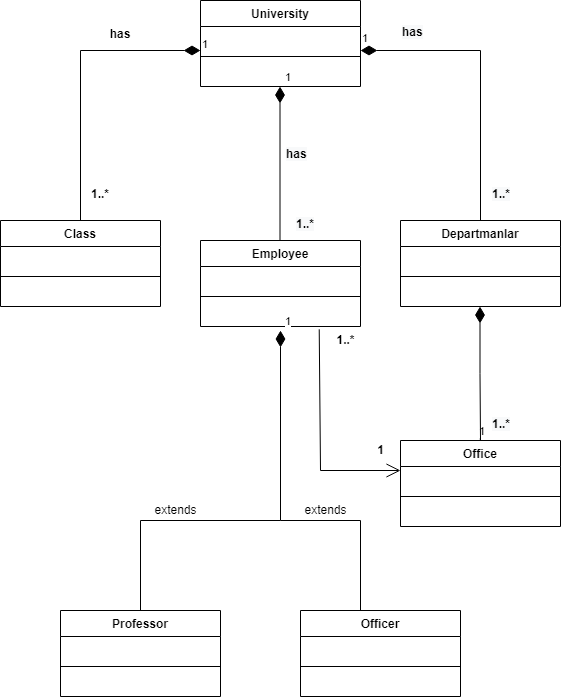
Earlier version of the draw.io export Ödev - Üniversite Yönetim Sistemi.drawio.png (Suleyalim/PatikaDevOOP). Source tidied: cells renumbered, new cells last; positions are measured from the earlier drawing's top-left corner, leaving out a move shared by most shapes. Its diagram source:
```xml
<mxGraphModel>
  <root>
    <mxCell id="0" />
    <mxCell id="1" parent="0" />
    <mxCell id="2" value="University" style="swimlane;fontStyle=1;align=center;verticalAlign=top;horizontal=1;startSize=26;" parent="1" vertex="1">
      <mxGeometry x="200" width="160" height="86" as="geometry" />
    </mxCell>
    <mxCell id="3" value=" " style="text;strokeColor=none;fillColor=none;align=left;verticalAlign=top;spacingLeft=4;spacingRight=4;overflow=hidden;" parent="2" vertex="1">
      <mxGeometry y="26" width="160" height="26" as="geometry" />
    </mxCell>
    <mxCell id="4" style="line;strokeWidth=1;fillColor=none;align=left;verticalAlign=middle;spacingTop=-1;spacingLeft=3;spacingRight=3;labelPosition=right;" parent="2" vertex="1">
      <mxGeometry y="52" width="160" height="8" as="geometry" />
    </mxCell>
    <mxCell id="5" value=" " style="text;strokeColor=none;fillColor=none;align=left;verticalAlign=top;spacingLeft=4;spacingRight=4;overflow=hidden;" parent="2" vertex="1">
      <mxGeometry y="60" width="160" height="26" as="geometry" />
    </mxCell>
    <mxCell id="6" value="1" style="endArrow=open;html=1;endSize=12;startArrow=diamondThin;startSize=14;startFill=1;edgeStyle=orthogonalEdgeStyle;align=left;verticalAlign=bottom;rounded=0;" parent="1" edge="1">
      <mxGeometry x="-1" y="3" relative="1" as="geometry">
        <mxPoint x="360" y="50" as="sourcePoint" />
        <mxPoint x="480" y="240" as="targetPoint" />
      </mxGeometry>
    </mxCell>
    <mxCell id="7" value="1" style="endArrow=open;html=1;endSize=12;startArrow=diamondThin;startSize=14;startFill=1;edgeStyle=orthogonalEdgeStyle;align=left;verticalAlign=bottom;rounded=0;" parent="1" edge="1">
      <mxGeometry x="-1" y="3" relative="1" as="geometry">
        <mxPoint x="200" y="50" as="sourcePoint" />
        <mxPoint x="80" y="240" as="targetPoint" />
      </mxGeometry>
    </mxCell>
    <mxCell id="8" value="1" style="endArrow=open;html=1;endSize=12;startArrow=diamondThin;startSize=14;startFill=1;edgeStyle=orthogonalEdgeStyle;align=left;verticalAlign=bottom;rounded=0;" parent="1" edge="1">
      <mxGeometry x="-1" y="3" relative="1" as="geometry">
        <mxPoint x="279.5" y="86" as="sourcePoint" />
        <mxPoint x="279.5" y="256" as="targetPoint" />
      </mxGeometry>
    </mxCell>
    <mxCell id="9" value="Employee" style="swimlane;fontStyle=1;align=center;verticalAlign=top;horizontal=1;startSize=26;" parent="1" vertex="1">
      <mxGeometry x="200" y="240" width="160" height="86" as="geometry" />
    </mxCell>
    <mxCell id="10" value=" " style="text;strokeColor=none;fillColor=none;align=left;verticalAlign=top;spacingLeft=4;spacingRight=4;overflow=hidden;" parent="9" vertex="1">
      <mxGeometry y="26" width="160" height="26" as="geometry" />
    </mxCell>
    <mxCell id="11" style="line;strokeWidth=1;fillColor=none;align=left;verticalAlign=middle;spacingTop=-1;spacingLeft=3;spacingRight=3;labelPosition=right;" parent="9" vertex="1">
      <mxGeometry y="52" width="160" height="8" as="geometry" />
    </mxCell>
    <mxCell id="12" value=" " style="text;strokeColor=none;fillColor=none;align=left;verticalAlign=top;spacingLeft=4;spacingRight=4;overflow=hidden;points=[[0,0.5],[1,0.5]];portConstraint=eastwest;" parent="9" vertex="1">
      <mxGeometry y="60" width="160" height="26" as="geometry" />
    </mxCell>
    <mxCell id="13" value="Class" style="swimlane;fontStyle=1;align=center;verticalAlign=top;horizontal=1;startSize=26;" parent="1" vertex="1">
      <mxGeometry y="220" width="160" height="86" as="geometry" />
    </mxCell>
    <mxCell id="14" value=" " style="text;strokeColor=none;fillColor=none;align=left;verticalAlign=top;spacingLeft=4;spacingRight=4;overflow=hidden;" parent="13" vertex="1">
      <mxGeometry y="26" width="160" height="26" as="geometry" />
    </mxCell>
    <mxCell id="15" style="line;strokeWidth=1;fillColor=none;align=left;verticalAlign=middle;spacingTop=-1;spacingLeft=3;spacingRight=3;labelPosition=right;" parent="13" vertex="1">
      <mxGeometry y="52" width="160" height="8" as="geometry" />
    </mxCell>
    <mxCell id="16" value=" " style="text;strokeColor=none;fillColor=none;align=left;verticalAlign=top;spacingLeft=4;spacingRight=4;overflow=hidden;" parent="13" vertex="1">
      <mxGeometry y="60" width="160" height="26" as="geometry" />
    </mxCell>
    <mxCell id="17" value="Departmanlar" style="swimlane;fontStyle=1;align=center;verticalAlign=top;horizontal=1;startSize=26;" parent="1" vertex="1">
      <mxGeometry x="400" y="220" width="160" height="86" as="geometry" />
    </mxCell>
    <mxCell id="18" value=" " style="text;strokeColor=none;fillColor=none;align=left;verticalAlign=top;spacingLeft=4;spacingRight=4;overflow=hidden;" parent="17" vertex="1">
      <mxGeometry y="26" width="160" height="26" as="geometry" />
    </mxCell>
    <mxCell id="19" style="line;strokeWidth=1;fillColor=none;align=left;verticalAlign=middle;spacingTop=-1;spacingLeft=3;spacingRight=3;labelPosition=right;" parent="17" vertex="1">
      <mxGeometry y="52" width="160" height="8" as="geometry" />
    </mxCell>
    <mxCell id="20" value=" " style="text;strokeColor=none;fillColor=none;align=left;verticalAlign=top;spacingLeft=4;spacingRight=4;overflow=hidden;" parent="17" vertex="1">
      <mxGeometry y="60" width="160" height="26" as="geometry" />
    </mxCell>
    <mxCell id="21" value="1..*" style="text;align=center;fontStyle=1;verticalAlign=middle;spacingLeft=3;spacingRight=3;strokeColor=none;" parent="1" vertex="1">
      <mxGeometry x="60" y="180" width="80" height="26" as="geometry" />
    </mxCell>
    <mxCell id="22" value="&lt;span style=&quot;color: rgb(0, 0, 0); font-family: helvetica; font-size: 12px; font-style: normal; font-weight: 700; letter-spacing: normal; text-align: center; text-indent: 0px; text-transform: none; word-spacing: 0px; background-color: rgb(248, 249, 250); display: inline; float: none;&quot;&gt;1..*&lt;/span&gt;" style="text;whiteSpace=wrap;html=1;" parent="1" vertex="1">
      <mxGeometry x="490" y="180" width="40" height="30" as="geometry" />
    </mxCell>
    <mxCell id="23" value="&lt;span style=&quot;color: rgb(0, 0, 0); font-family: helvetica; font-size: 12px; font-style: normal; font-weight: 700; letter-spacing: normal; text-align: center; text-indent: 0px; text-transform: none; word-spacing: 0px; background-color: rgb(248, 249, 250); display: inline; float: none;&quot;&gt;1..*&lt;/span&gt;" style="text;whiteSpace=wrap;html=1;" parent="1" vertex="1">
      <mxGeometry x="294" y="210" width="40" height="30" as="geometry" />
    </mxCell>
    <mxCell id="24" value="1" style="endArrow=open;html=1;endSize=12;startArrow=none;startSize=14;startFill=1;edgeStyle=orthogonalEdgeStyle;align=left;verticalAlign=bottom;rounded=0;" parent="1" edge="1" source="35">
      <mxGeometry x="-1" y="3" relative="1" as="geometry">
        <mxPoint x="479.5" y="456" as="targetPoint" />
      </mxGeometry>
    </mxCell>
    <mxCell id="25" value="&lt;span style=&quot;color: rgb(0, 0, 0); font-family: helvetica; font-size: 12px; font-style: normal; font-weight: 700; letter-spacing: normal; text-align: center; text-indent: 0px; text-transform: none; word-spacing: 0px; background-color: rgb(248, 249, 250); display: inline; float: none;&quot;&gt;1..*&lt;/span&gt;" style="text;whiteSpace=wrap;html=1;" parent="1" vertex="1">
      <mxGeometry x="490" y="410" width="40" height="30" as="geometry" />
    </mxCell>
    <mxCell id="26" value="has" style="text;align=center;fontStyle=1;verticalAlign=middle;spacingLeft=3;spacingRight=3;strokeColor=none;" parent="1" vertex="1">
      <mxGeometry x="80" y="20" width="80" height="26" as="geometry" />
    </mxCell>
    <mxCell id="27" value="&lt;span style=&quot;color: rgb(0, 0, 0); font-family: helvetica; font-size: 12px; font-style: normal; font-weight: 700; letter-spacing: normal; text-align: center; text-indent: 0px; text-transform: none; word-spacing: 0px; background-color: rgb(248, 249, 250); display: inline; float: none;&quot;&gt;has&lt;/span&gt;" style="text;whiteSpace=wrap;html=1;" parent="1" vertex="1">
      <mxGeometry x="400" y="18" width="50" height="30" as="geometry" />
    </mxCell>
    <mxCell id="28" value="&lt;span style=&quot;color: rgb(0, 0, 0); font-family: helvetica; font-size: 12px; font-style: normal; font-weight: 700; letter-spacing: normal; text-align: center; text-indent: 0px; text-transform: none; word-spacing: 0px; background-color: rgb(248, 249, 250); display: inline; float: none;&quot;&gt;has&lt;/span&gt;" style="text;whiteSpace=wrap;html=1;" parent="1" vertex="1">
      <mxGeometry x="284" y="140" width="50" height="30" as="geometry" />
    </mxCell>
    <mxCell id="29" value="1" style="endArrow=open;html=1;endSize=12;startArrow=diamondThin;startSize=14;startFill=1;edgeStyle=orthogonalEdgeStyle;align=left;verticalAlign=bottom;rounded=0;" parent="1" edge="1">
      <mxGeometry x="-1" y="3" relative="1" as="geometry">
        <mxPoint x="280" y="330" as="sourcePoint" />
        <mxPoint x="140" y="630" as="targetPoint" />
        <Array as="points">
          <mxPoint x="280" y="520" />
          <mxPoint x="140" y="520" />
        </Array>
      </mxGeometry>
    </mxCell>
    <mxCell id="30" value="Professor" style="swimlane;fontStyle=1;align=center;verticalAlign=top;horizontal=1;startSize=26;" parent="1" vertex="1">
      <mxGeometry x="60" y="610" width="160" height="86" as="geometry" />
    </mxCell>
    <mxCell id="31" value=" " style="text;strokeColor=none;fillColor=none;align=left;verticalAlign=top;spacingLeft=4;spacingRight=4;overflow=hidden;" parent="30" vertex="1">
      <mxGeometry y="26" width="160" height="26" as="geometry" />
    </mxCell>
    <mxCell id="32" style="line;strokeWidth=1;fillColor=none;align=left;verticalAlign=middle;spacingTop=-1;spacingLeft=3;spacingRight=3;labelPosition=right;" parent="30" vertex="1">
      <mxGeometry y="52" width="160" height="8" as="geometry" />
    </mxCell>
    <mxCell id="33" value=" " style="text;strokeColor=none;fillColor=none;align=left;verticalAlign=top;spacingLeft=4;spacingRight=4;overflow=hidden;" parent="30" vertex="1">
      <mxGeometry y="60" width="160" height="26" as="geometry" />
    </mxCell>
    <mxCell id="34" style="endArrow=open;endFill=1;endSize=12;html=1;rounded=0;exitX=0.742;exitY=1.108;exitDx=0;exitDy=0;exitPerimeter=0;" parent="1" edge="1" source="12">
      <mxGeometry relative="1" as="geometry">
        <mxPoint x="400" y="470" as="targetPoint" />
        <Array as="points">
          <mxPoint x="320" y="470" />
        </Array>
      </mxGeometry>
    </mxCell>
    <mxCell id="35" value="Office" style="swimlane;fontStyle=1;align=center;verticalAlign=top;horizontal=1;startSize=26;" parent="1" vertex="1">
      <mxGeometry x="400" y="440" width="160" height="86" as="geometry" />
    </mxCell>
    <mxCell id="36" value=" " style="text;strokeColor=none;fillColor=none;align=left;verticalAlign=top;spacingLeft=4;spacingRight=4;overflow=hidden;" parent="35" vertex="1">
      <mxGeometry y="26" width="160" height="26" as="geometry" />
    </mxCell>
    <mxCell id="37" style="line;strokeWidth=1;fillColor=none;align=left;verticalAlign=middle;spacingTop=-1;spacingLeft=3;spacingRight=3;labelPosition=right;" parent="35" vertex="1">
      <mxGeometry y="52" width="160" height="8" as="geometry" />
    </mxCell>
    <mxCell id="38" value=" " style="text;strokeColor=none;fillColor=none;align=left;verticalAlign=top;spacingLeft=4;spacingRight=4;overflow=hidden;" parent="35" vertex="1">
      <mxGeometry y="60" width="160" height="26" as="geometry" />
    </mxCell>
    <mxCell id="39" style="endArrow=none;html=1;endSize=12;startArrow=diamondThin;startSize=14;startFill=1;edgeStyle=orthogonalEdgeStyle;align=left;verticalAlign=bottom;rounded=0;" parent="1" edge="1" target="35">
      <mxGeometry x="-1" y="3" relative="1" as="geometry">
        <mxPoint x="479.5" y="306" as="sourcePoint" />
      </mxGeometry>
    </mxCell>
    <mxCell id="40" value="&lt;b&gt;1&lt;/b&gt;" style="text;html=1;align=center;verticalAlign=middle;strokeColor=none;fillColor=none;" parent="1" vertex="1">
      <mxGeometry x="370" y="440" width="20" height="20" as="geometry" />
    </mxCell>
    <mxCell id="41" value="&lt;b&gt;1..*&lt;/b&gt;" style="text;html=1;align=center;verticalAlign=middle;strokeColor=none;fillColor=none;" parent="1" vertex="1">
      <mxGeometry x="330" y="330" width="30" height="20" as="geometry" />
    </mxCell>
    <mxCell id="42" value="extends" style="text;html=1;align=center;verticalAlign=middle;strokeColor=none;fillColor=none;" parent="1" vertex="1">
      <mxGeometry x="145" y="500" width="60" height="20" as="geometry" />
    </mxCell>
    <mxCell id="43" value="extends" style="text;html=1;align=center;verticalAlign=middle;strokeColor=none;fillColor=none;" parent="1" vertex="1">
      <mxGeometry x="295" y="500" width="60" height="20" as="geometry" />
    </mxCell>
    <mxCell id="44" style="endArrow=open;endFill=1;endSize=12;html=1;rounded=0;" parent="1" edge="1">
      <mxGeometry relative="1" as="geometry">
        <mxPoint x="280" y="520" as="sourcePoint" />
        <mxPoint x="360" y="630" as="targetPoint" />
        <Array as="points">
          <mxPoint x="360" y="520" />
        </Array>
      </mxGeometry>
    </mxCell>
    <mxCell id="45" value="Officer" style="swimlane;fontStyle=1;align=center;verticalAlign=top;horizontal=1;startSize=26;" parent="1" vertex="1">
      <mxGeometry x="300" y="610" width="160" height="86" as="geometry" />
    </mxCell>
    <mxCell id="46" value=" " style="text;strokeColor=none;fillColor=none;align=left;verticalAlign=top;spacingLeft=4;spacingRight=4;overflow=hidden;" parent="45" vertex="1">
      <mxGeometry y="26" width="160" height="26" as="geometry" />
    </mxCell>
    <mxCell id="47" style="line;strokeWidth=1;fillColor=none;align=left;verticalAlign=middle;spacingTop=-1;spacingLeft=3;spacingRight=3;labelPosition=right;" parent="45" vertex="1">
      <mxGeometry y="52" width="160" height="8" as="geometry" />
    </mxCell>
    <mxCell id="48" value=" " style="text;strokeColor=none;fillColor=none;align=left;verticalAlign=top;spacingLeft=4;spacingRight=4;overflow=hidden;" parent="45" vertex="1">
      <mxGeometry y="60" width="160" height="26" as="geometry" />
    </mxCell>
  </root>
</mxGraphModel>
```
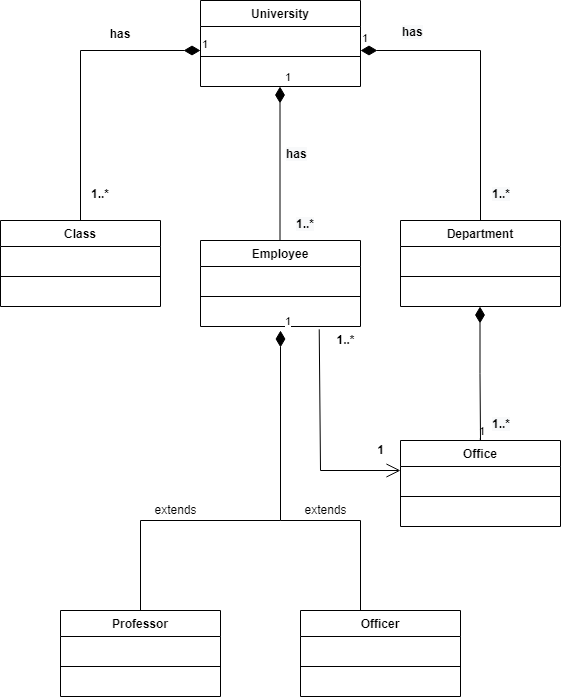
After the commit.

Change to the diagram source:
```diff
@@ -56,7 +56,7 @@
     <mxCell id="16" value=" " style="text;strokeColor=none;fillColor=none;align=left;verticalAlign=top;spacingLeft=4;spacingRight=4;overflow=hidden;" parent="13" vertex="1">
       <mxGeometry y="60" width="160" height="26" as="geometry" />
     </mxCell>
-    <mxCell id="17" value="Departmanlar" style="swimlane;fontStyle=1;align=center;verticalAlign=top;horizontal=1;startSize=26;" parent="1" vertex="1">
+    <mxCell id="17" value="Department" style="swimlane;fontStyle=1;align=center;verticalAlign=top;horizontal=1;startSize=26;" parent="1" vertex="1">
       <mxGeometry x="400" y="220" width="160" height="86" as="geometry" />
     </mxCell>
     <mxCell id="18" value=" " style="text;strokeColor=none;fillColor=none;align=left;verticalAlign=top;spacingLeft=4;spacingRight=4;overflow=hidden;" parent="17" vertex="1">
```
